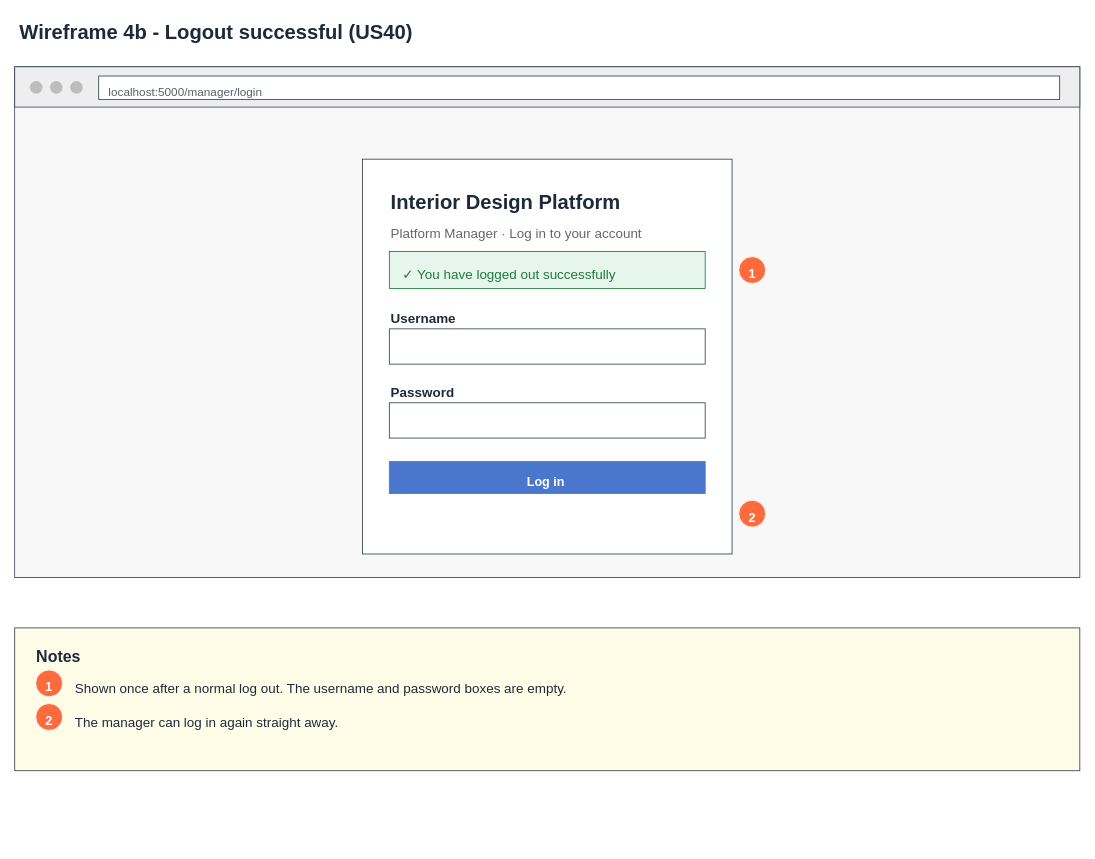
Above: page "4b Wireframe - Logged out" (3 of 7) of Sprint_2/US40 - Platform Manager Log out/US40 Platform manager log out.drawio in Hanzxc/CSIT314-ARCHSS (draw.io), before the change. Source tidied: cells renumbered, new cells numbered last; positions are measured from the earlier drawing's top-left corner, leaving out a move shared by most shapes. Both pictures are drawn from the tidied source at 84%, with x=0, y=0 at pixel (14, 14).
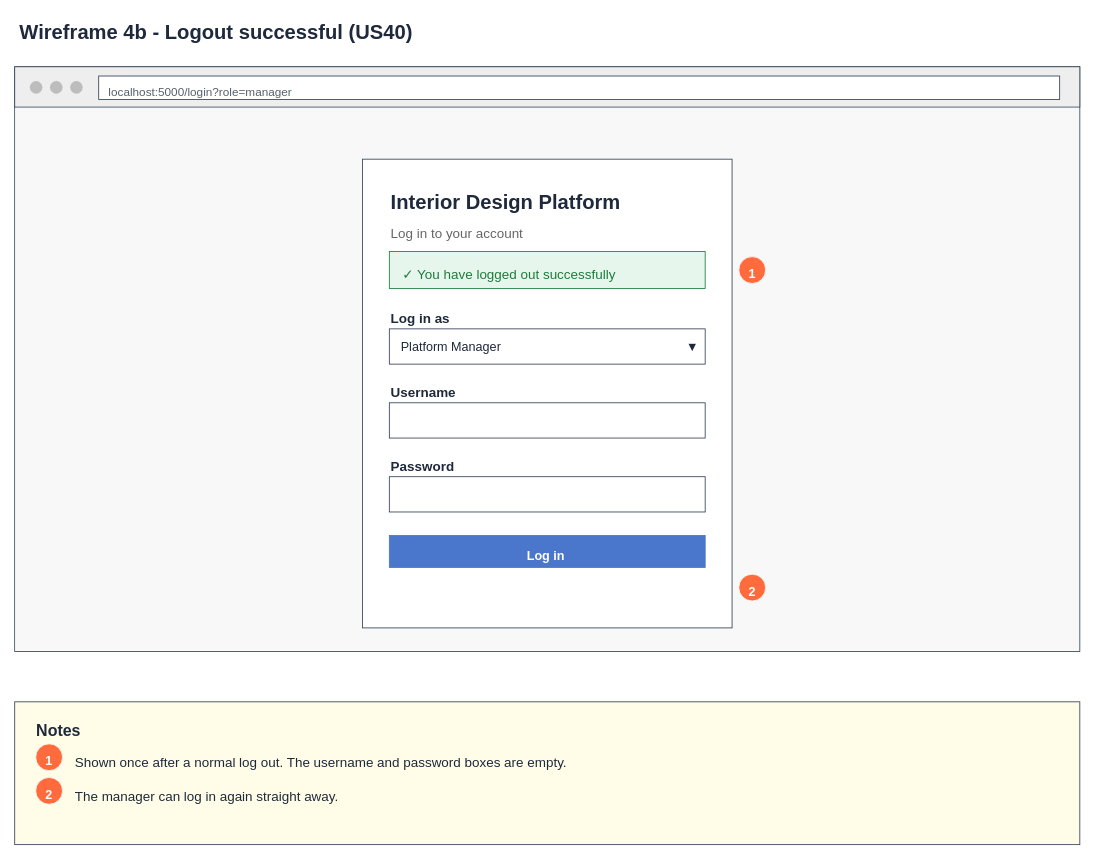
Above is the later version.

What changed in the source:
```diff
@@
     <mxCell id="3" style="rounded=0;whiteSpace=wrap;fillColor=#ffffff;strokeColor=#334155;" parent="1" vertex="1">
-      <mxGeometry y="62" width="1268" height="608" as="geometry" />
+      <mxGeometry y="62" width="1268" height="696" as="geometry" />
     </mxCell>
@@
-    <mxCell id="9" value="localhost:5000/manager/login" style="text;html=0;align=left;verticalAlign=top;fontSize=14;fontStyle=0;fontColor=#56616b;" parent="1" vertex="1">
+    <mxCell id="9" value="localhost:5000/login?role=manager" style="text;html=0;align=left;verticalAlign=top;fontSize=14;fontStyle=0;fontColor=#56616b;" parent="1" vertex="1">
       <mxGeometry x="110" y="77" width="195" height="23" as="geometry" />
     </mxCell>
     <mxCell id="10" style="rounded=0;whiteSpace=wrap;fillColor=#f8f8f8;strokeColor=none;" parent="1" vertex="1">
-      <mxGeometry x="1" y="111" width="1266" height="558" as="geometry" />
+      <mxGeometry x="1" y="111" width="1266" height="646" as="geometry" />
     </mxCell>
     <mxCell id="11" style="rounded=0;whiteSpace=wrap;fillColor=#ffffff;strokeColor=#334155;" parent="1" vertex="1">
-      <mxGeometry x="414" y="172" width="440" height="470" as="geometry" />
+      <mxGeometry x="414" y="172" width="440" height="558" as="geometry" />
     </mxCell>
@@
-    <mxCell id="13" value="Platform Manager · Log in to your account" style="text;html=0;align=left;verticalAlign=top;fontSize=16;fontStyle=0;fontColor=#666666;" parent="1" vertex="1">
+    <mxCell id="13" value="Log in to your account" style="text;html=0;align=left;verticalAlign=top;fontSize=16;fontStyle=0;fontColor=#666666;" parent="1" vertex="1">
       <mxGeometry x="446" y="244" width="303" height="26" as="geometry" />
     </mxCell>
@@
     <mxCell id="16" value="Username" style="text;html=0;align=left;verticalAlign=top;fontSize=16;fontStyle=1;fontColor=#1e293b;" parent="1" vertex="1">
-      <mxGeometry x="446" y="346" width="86" height="26" as="geometry" />
+      <mxGeometry x="446" y="434" width="86" height="26" as="geometry" />
     </mxCell>
     <mxCell id="17" style="rounded=0;whiteSpace=wrap;fillColor=#ffffff;strokeColor=#334155;" parent="1" vertex="1">
-      <mxGeometry x="446" y="374" width="376" height="42" as="geometry" />
+      <mxGeometry x="446" y="462" width="376" height="42" as="geometry" />
     </mxCell>
     <mxCell id="18" value="Password" style="text;html=0;align=left;verticalAlign=top;fontSize=16;fontStyle=1;fontColor=#1e293b;" parent="1" vertex="1">
-      <mxGeometry x="446" y="434" width="84" height="26" as="geometry" />
+      <mxGeometry x="446" y="522" width="84" height="26" as="geometry" />
     </mxCell>
     <mxCell id="19" style="rounded=0;whiteSpace=wrap;fillColor=#ffffff;strokeColor=#334155;" parent="1" vertex="1">
-      <mxGeometry x="446" y="462" width="376" height="42" as="geometry" />
+      <mxGeometry x="446" y="550" width="376" height="42" as="geometry" />
     </mxCell>
     <mxCell id="20" style="rounded=0;whiteSpace=wrap;fillColor=#4a76cc;strokeColor=#4a76cc;" parent="1" vertex="1">
-      <mxGeometry x="446" y="532" width="376" height="38" as="geometry" />
+      <mxGeometry x="446" y="620" width="376" height="38" as="geometry" />
     </mxCell>
     <mxCell id="21" value="Log in" style="text;html=0;align=left;verticalAlign=top;fontSize=15;fontStyle=1;fontColor=#ffffff;" parent="1" vertex="1">
-      <mxGeometry x="608" y="541" width="52" height="24" as="geometry" />
+      <mxGeometry x="608" y="629" width="52" height="24" as="geometry" />
     </mxCell>
@@
     <mxCell id="24" style="ellipse;fillColor=#ff6b3d;strokeColor=#ffffff;" parent="1" vertex="1">
-      <mxGeometry x="862" y="578" width="32" height="32" as="geometry" />
+      <mxGeometry x="862" y="666" width="32" height="32" as="geometry" />
     </mxCell>
     <mxCell id="25" value="2" style="text;html=0;align=left;verticalAlign=top;fontSize=15;fontStyle=1;fontColor=#ffffff;" parent="1" vertex="1">
-      <mxGeometry x="872" y="583" width="16" height="24" as="geometry" />
+      <mxGeometry x="872" y="671" width="16" height="24" as="geometry" />
     </mxCell>
     <mxCell id="26" style="rounded=0;whiteSpace=wrap;fillColor=#fffde7;strokeColor=#334155;" parent="1" vertex="1">
-      <mxGeometry y="730" width="1268" height="170" as="geometry" />
+      <mxGeometry y="818" width="1268" height="170" as="geometry" />
     </mxCell>
     <mxCell id="27" value="Notes" style="text;html=0;align=left;verticalAlign=top;fontSize=19;fontStyle=1;fontColor=#1e293b;" parent="1" vertex="1">
-      <mxGeometry x="24" y="746" width="62" height="30" as="geometry" />
+      <mxGeometry x="24" y="834" width="62" height="30" as="geometry" />
     </mxCell>
     <mxCell id="28" style="ellipse;fillColor=#ff6b3d;strokeColor=#ffffff;" parent="1" vertex="1">
-      <mxGeometry x="25" y="780" width="32" height="32" as="geometry" />
+      <mxGeometry x="25" y="868" width="32" height="32" as="geometry" />
     </mxCell>
     <mxCell id="29" value="1" style="text;html=0;align=left;verticalAlign=top;fontSize=15;fontStyle=1;fontColor=#ffffff;" parent="1" vertex="1">
-      <mxGeometry x="35" y="785" width="16" height="24" as="geometry" />
+      <mxGeometry x="35" y="873" width="16" height="24" as="geometry" />
     </mxCell>
     <mxCell id="30" value="Shown once after a normal log out. The username and password boxes are empty." style="text;html=0;align=left;verticalAlign=top;fontSize=16;fontStyle=0;fontColor=#1e293b;" parent="1" vertex="1">
-      <mxGeometry x="70" y="786" width="590" height="26" as="geometry" />
+      <mxGeometry x="70" y="874" width="590" height="26" as="geometry" />
     </mxCell>
     <mxCell id="31" style="ellipse;fillColor=#ff6b3d;strokeColor=#ffffff;" parent="1" vertex="1">
-      <mxGeometry x="25" y="820" width="32" height="32" as="geometry" />
+      <mxGeometry x="25" y="908" width="32" height="32" as="geometry" />
     </mxCell>
     <mxCell id="32" value="2" style="text;html=0;align=left;verticalAlign=top;fontSize=15;fontStyle=1;fontColor=#ffffff;" parent="1" vertex="1">
-      <mxGeometry x="35" y="825" width="16" height="24" as="geometry" />
+      <mxGeometry x="35" y="913" width="16" height="24" as="geometry" />
     </mxCell>
     <mxCell id="33" value="The manager can log in again straight away." style="text;html=0;align=left;verticalAlign=top;fontSize=16;fontStyle=0;fontColor=#1e293b;" parent="1" vertex="1">
-      <mxGeometry x="70" y="826" width="322" height="26" as="geometry" />
+      <mxGeometry x="70" y="914" width="322" height="26" as="geometry" />
     </mxCell>
+    <mxCell id="34" value="Log in as" style="text;html=0;align=left;verticalAlign=top;fontSize=16;fontStyle=1;fontColor=#1e293b;" parent="1" vertex="1">
+      <mxGeometry x="446" y="346" width="86" height="26" as="geometry" />
+    </mxCell>
+    <mxCell id="35" value="Platform Manager" style="rounded=0;whiteSpace=wrap;fillColor=#ffffff;strokeColor=#334155;align=left;verticalAlign=middle;spacingLeft=12;fontSize=15;fontColor=#1e293b;" parent="1" vertex="1">
+      <mxGeometry x="446" y="374" width="376" height="42" as="geometry" />
+    </mxCell>
+    <mxCell id="36" value="▼" style="rounded=0;whiteSpace=wrap;fillColor=none;strokeColor=none;align=center;verticalAlign=middle;fontSize=15;fontColor=#1e293b;" parent="1" vertex="1">
+      <mxGeometry x="798" y="374" width="18" height="42" as="geometry" />
+    </mxCell>
```
